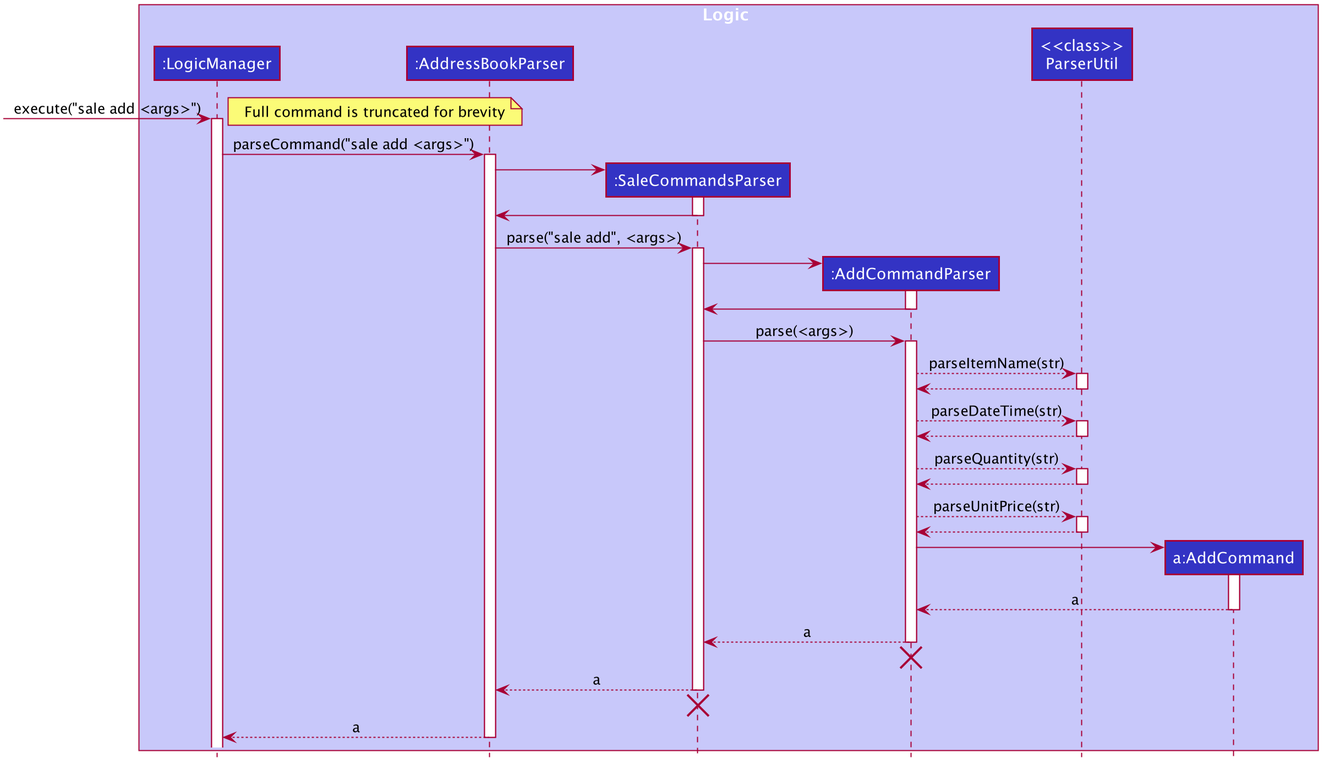
Before: docs/images/SaleAddSequenceDiagram.png, a diagram exported from PlantUML (sebastiantoh/tp). The source it was exported from:
```plantuml
@startuml








skinparam BackgroundColor #FFFFFFF

skinparam Shadowing false

skinparam Class {
    FontColor #FFFFFF
    BorderThickness 1
    BorderColor #FFFFFF
    StereotypeFontColor #FFFFFF
    FontName Arial
}

skinparam Actor {
    BorderColor #000000
    Color #000000
    FontName Arial
}

skinparam Sequence {
    MessageAlign center
    BoxFontSize 15
    BoxPadding 0
    BoxFontColor #FFFFFF
    FontName Arial
}

skinparam Participant {
    FontColor #FFFFFFF
    Padding 20
}


skinparam ClassAttributeFontColor white
skinparam MinClassWidth 50
skinparam ParticipantPadding 10
skinparam Shadowing false
skinparam DefaultTextAlignment center
skinparam packageStyle Rectangle

hide footbox
hide members
hide circle

box Logic #C8C8FA
participant ":LogicManager" as LogicManager #3333C4
participant ":AddressBookParser" as AddressBookParser #3333C4
participant ":SaleCommandsParser" as SaleCommandsParser #3333C4
participant ":AddCommandParser" as AddCommandParser #3333C4
participant "<<class>>\nParserUtil" as ParserUtil #3333C4
participant "a:AddCommand" as AddCommand #3333C4
end box

[-> LogicManager : execute("sale add <args>")
note left: Full command is truncated for brevity
activate LogicManager

LogicManager -> AddressBookParser : parseCommand("sale add <args>")
activate AddressBookParser

create SaleCommandsParser
AddressBookParser -> SaleCommandsParser
activate SaleCommandsParser

SaleCommandsParser -> AddressBookParser
deactivate SaleCommandsParser

AddressBookParser -> SaleCommandsParser : parse("sale add", <args>)
activate SaleCommandsParser

create AddCommandParser
SaleCommandsParser -> AddCommandParser
activate AddCommandParser

AddCommandParser -> SaleCommandsParser
deactivate AddCommandParser

SaleCommandsParser -> AddCommandParser : parse(<args>)
activate AddCommandParser


AddCommandParser --> ParserUtil : parseItemName(str)
activate ParserUtil

ParserUtil --> AddCommandParser
deactivate ParserUtil

AddCommandParser --> ParserUtil : parseDateTime(str)
activate ParserUtil

ParserUtil --> AddCommandParser
deactivate ParserUtil

AddCommandParser --> ParserUtil : parseQuantity(str)
activate ParserUtil

ParserUtil --> AddCommandParser
deactivate ParserUtil

AddCommandParser --> ParserUtil : parseUnitPrice(str)
activate ParserUtil

ParserUtil --> AddCommandParser
deactivate ParserUtil

create AddCommand
AddCommandParser -> AddCommand
activate AddCommand

AddCommand --> AddCommandParser : a
deactivate AddCommand

AddCommandParser --> SaleCommandsParser : a
deactivate AddCommandParser

AddCommandParser -[hidden]-> SaleCommandsParser
destroy AddCommandParser

SaleCommandsParser --> AddressBookParser : a
deactivate SaleCommandsParser

SaleCommandsParser -[hidden]-> AddressBookParser
destroy SaleCommandsParser

AddressBookParser --> LogicManager : a
deactivate AddressBookParser

@enduml
```
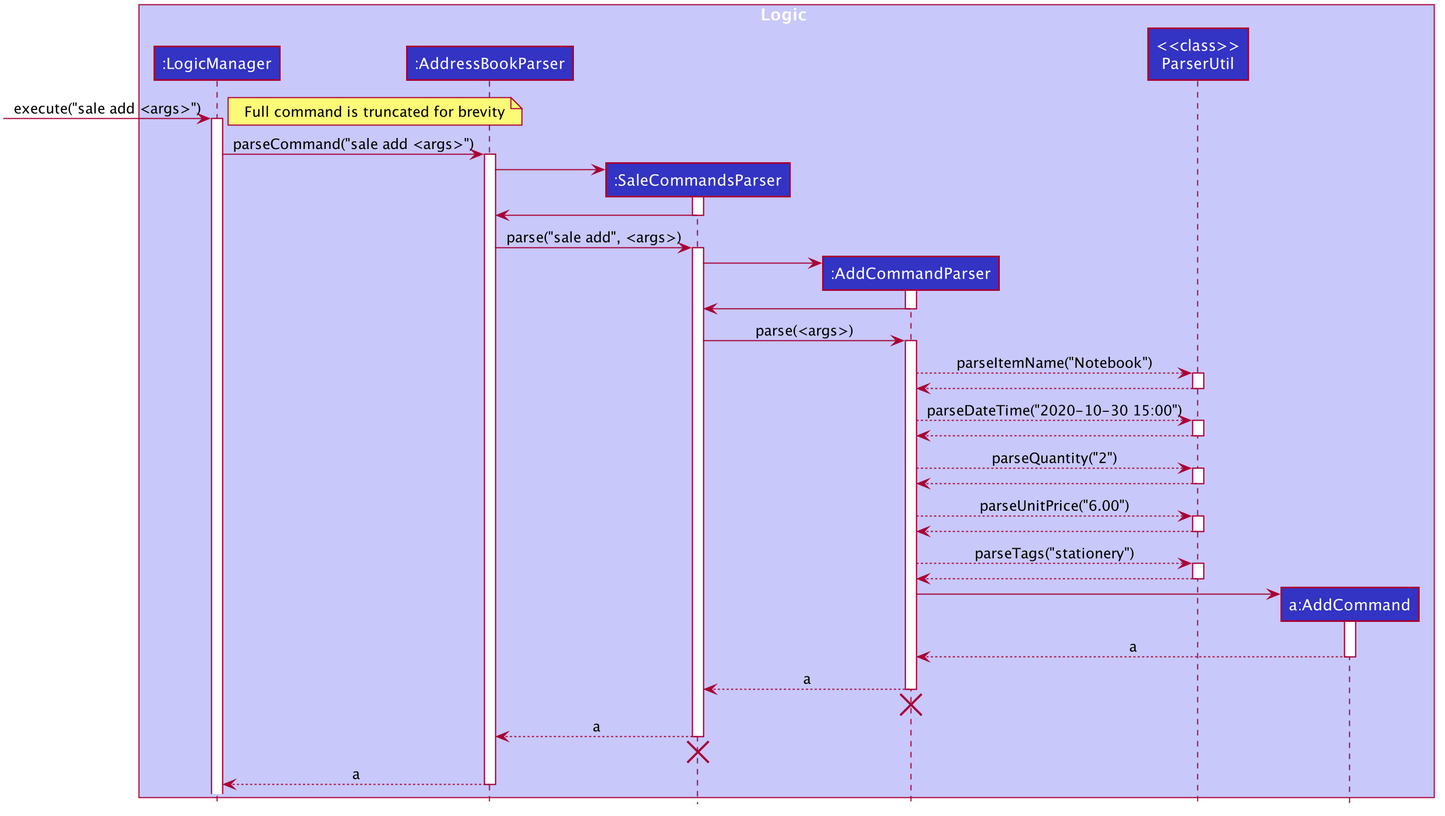
After the change.

Change to the diagram source:
```diff
@@ -87,25 +87,31 @@
 activate AddCommandParser
 
 
-AddCommandParser --> ParserUtil : parseItemName(str)
+AddCommandParser --> ParserUtil : parseItemName("Notebook")
 activate ParserUtil
 
 ParserUtil --> AddCommandParser
 deactivate ParserUtil
 
-AddCommandParser --> ParserUtil : parseDateTime(str)
+AddCommandParser --> ParserUtil : parseDateTime("2020-10-30 15:00")
 activate ParserUtil
 
 ParserUtil --> AddCommandParser
 deactivate ParserUtil
 
-AddCommandParser --> ParserUtil : parseQuantity(str)
+AddCommandParser --> ParserUtil : parseQuantity("2")
 activate ParserUtil
 
 ParserUtil --> AddCommandParser
 deactivate ParserUtil
 
-AddCommandParser --> ParserUtil : parseUnitPrice(str)
+AddCommandParser --> ParserUtil : parseUnitPrice("6.00")
+activate ParserUtil
+
+ParserUtil --> AddCommandParser
+deactivate ParserUtil
+
+AddCommandParser --> ParserUtil : parseTags("stationery")
 activate ParserUtil
 
 ParserUtil --> AddCommandParser
```
